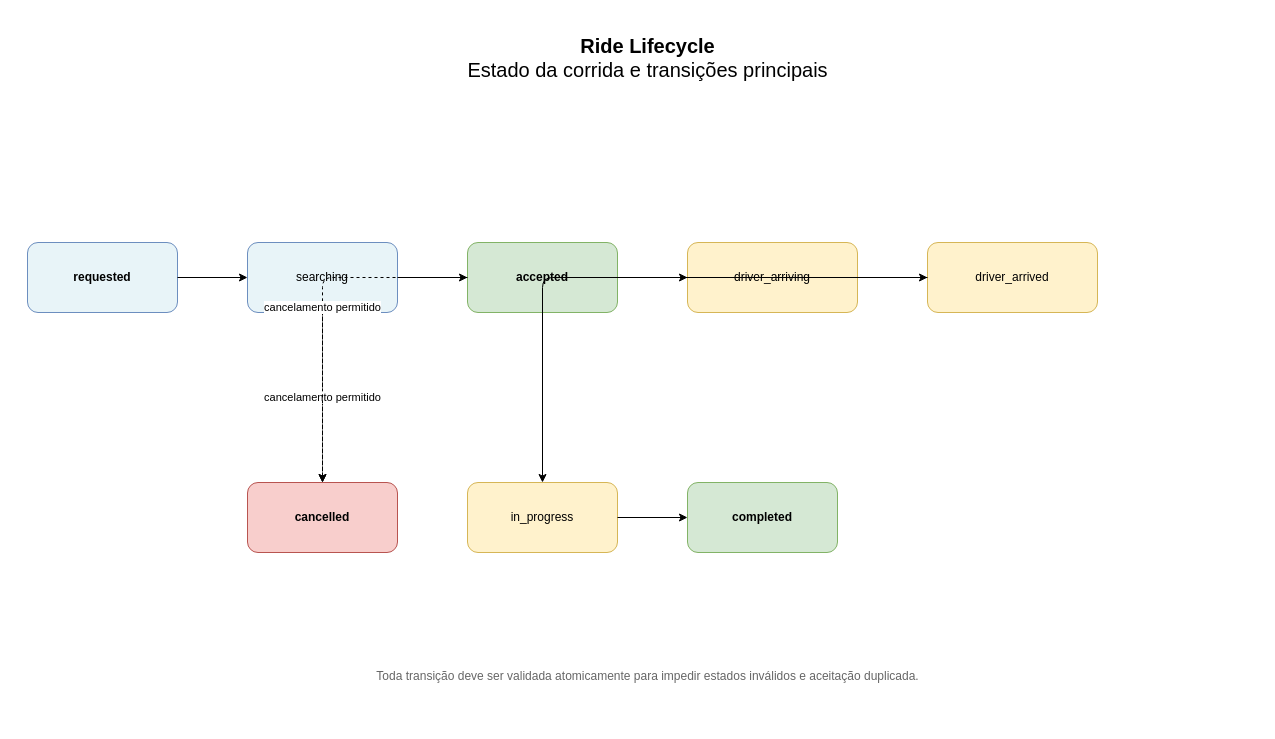
guilhermelinosp/fast-drawio keeps this draw.io diagram as page "Ride Lifecycle" (3 of 4) of fast.drawio. Above is the earlier version. Source tidied: cells renumbered, new cells numbered last; positions are measured from the earlier drawing's top-left corner, leaving out a move shared by most shapes. Both pictures are drawn from the tidied source at 100%, with x=0, y=0 at pixel (27, 22).
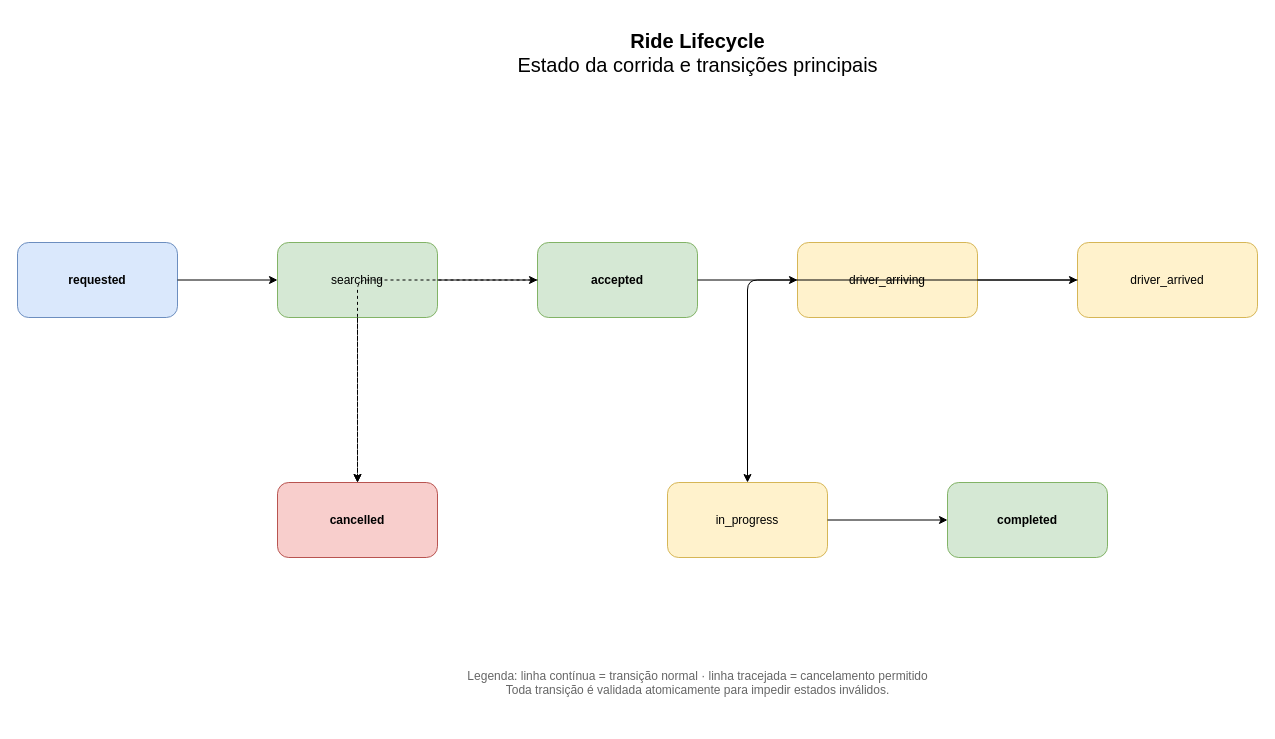
After the change.

The edit, as a diff of the source:
```diff
@@
 <mxGraphModel>
   <root>
     <mxCell id="0" />
     <mxCell id="1" parent="0" />
     <mxCell id="2" value="&lt;b&gt;Ride Lifecycle&lt;/b&gt;&lt;br&gt;Estado da corrida e transições principais" style="text;html=1;align=center;verticalAlign=middle;fontSize=20;" parent="1" vertex="1">
-      <mxGeometry x="400" width="440" height="70" as="geometry" />
+      <mxGeometry x="420" y="-5" width="500" height="70" as="geometry" />
     </mxCell>
-    <mxCell id="3" value="requested" style="rounded=1;whiteSpace=wrap;html=1;fillColor=#e8f4f8;strokeColor=#6c8ebf;fontStyle=1;" parent="1" vertex="1">
-      <mxGeometry y="220" width="150" height="70" as="geometry" />
+    <mxCell id="3" value="requested" style="rounded=1;whiteSpace=wrap;html=1;fillColor=#DAE8FC;strokeColor=#6C8EBF;fontStyle=1;" parent="1" vertex="1">
+      <mxGeometry x="-10" y="220" width="160" height="75" as="geometry" />
     </mxCell>
-    <mxCell id="4" value="searching" style="rounded=1;whiteSpace=wrap;html=1;fillColor=#e8f4f8;strokeColor=#6c8ebf;" parent="1" vertex="1">
-      <mxGeometry x="220" y="220" width="150" height="70" as="geometry" />
+    <mxCell id="4" value="searching" style="rounded=1;whiteSpace=wrap;html=1;fillColor=#D5E8D4;strokeColor=#82B366;" parent="1" vertex="1">
+      <mxGeometry x="250" y="220" width="160" height="75" as="geometry" />
     </mxCell>
-    <mxCell id="5" value="accepted" style="rounded=1;whiteSpace=wrap;html=1;fillColor=#d5e8d4;strokeColor=#82b366;fontStyle=1;" parent="1" vertex="1">
-      <mxGeometry x="440" y="220" width="150" height="70" as="geometry" />
+    <mxCell id="5" value="accepted" style="rounded=1;whiteSpace=wrap;html=1;fillColor=#D5E8D4;strokeColor=#82B366;fontStyle=1;" parent="1" vertex="1">
+      <mxGeometry x="510" y="220" width="160" height="75" as="geometry" />
     </mxCell>
-    <mxCell id="6" value="driver_arriving" style="rounded=1;whiteSpace=wrap;html=1;fillColor=#fff2cc;strokeColor=#d6b656;" parent="1" vertex="1">
-      <mxGeometry x="660" y="220" width="170" height="70" as="geometry" />
+    <mxCell id="6" value="driver_arriving" style="rounded=1;whiteSpace=wrap;html=1;fillColor=#FFF2CC;strokeColor=#D6B656;" parent="1" vertex="1">
+      <mxGeometry x="770" y="220" width="180" height="75" as="geometry" />
     </mxCell>
-    <mxCell id="7" value="driver_arrived" style="rounded=1;whiteSpace=wrap;html=1;fillColor=#fff2cc;strokeColor=#d6b656;" parent="1" vertex="1">
-      <mxGeometry x="900" y="220" width="170" height="70" as="geometry" />
+    <mxCell id="7" value="driver_arrived" style="rounded=1;whiteSpace=wrap;html=1;fillColor=#FFF2CC;strokeColor=#D6B656;" parent="1" vertex="1">
+      <mxGeometry x="1050" y="220" width="180" height="75" as="geometry" />
     </mxCell>
+    <mxCell id="10" value="cancelled" style="rounded=1;whiteSpace=wrap;html=1;fillColor=#F8CECC;strokeColor=#B85450;fontStyle=1;" parent="1" vertex="1">
+      <mxGeometry x="250" y="460" width="160" height="75" as="geometry" />
+    </mxCell>
-    <mxCell id="8" value="in_progress" style="rounded=1;whiteSpace=wrap;html=1;fillColor=#fff2cc;strokeColor=#d6b656;" parent="1" vertex="1">
-      <mxGeometry x="440" y="460" width="150" height="70" as="geometry" />
+    <mxCell id="8" value="in_progress" style="rounded=1;whiteSpace=wrap;html=1;fillColor=#FFF2CC;strokeColor=#D6B656;" parent="1" vertex="1">
+      <mxGeometry x="640" y="460" width="160" height="75" as="geometry" />
     </mxCell>
-    <mxCell id="9" value="completed" style="rounded=1;whiteSpace=wrap;html=1;fillColor=#d5e8d4;strokeColor=#82b366;fontStyle=1;" parent="1" vertex="1">
-      <mxGeometry x="660" y="460" width="150" height="70" as="geometry" />
+    <mxCell id="9" value="completed" style="rounded=1;whiteSpace=wrap;html=1;fillColor=#D5E8D4;strokeColor=#82B366;fontStyle=1;" parent="1" vertex="1">
+      <mxGeometry x="920" y="460" width="160" height="75" as="geometry" />
     </mxCell>
-    <mxCell id="10" value="cancelled" style="rounded=1;whiteSpace=wrap;html=1;fillColor=#f8cecc;strokeColor=#b85450;fontStyle=1;" parent="1" vertex="1">
-      <mxGeometry x="220" y="460" width="150" height="70" as="geometry" />
-    </mxCell>
+    <mxCell id="20" value="Legenda: linha contínua = transição normal · linha tracejada = cancelamento permitido&lt;br&gt;Toda transição é validada atomicamente para impedir estados inválidos." style="text;html=1;align=center;fontColor=#666666;" parent="1" vertex="1">
+      <mxGeometry x="310" y="640" width="720" height="60" as="geometry" />
+    </mxCell>
     <mxCell id="11" style="edgeStyle=orthogonalEdgeStyle;rounded=1;html=1;endArrow=classic;" parent="1" edge="1" source="3" target="4">
       <mxGeometry relative="1" as="geometry" />
     </mxCell>
     <mxCell id="12" style="edgeStyle=orthogonalEdgeStyle;rounded=1;html=1;endArrow=classic;" parent="1" edge="1" source="4" target="5">
       <mxGeometry relative="1" as="geometry" />
     </mxCell>
     <mxCell id="13" style="edgeStyle=orthogonalEdgeStyle;rounded=1;html=1;endArrow=classic;" parent="1" edge="1" source="5" target="6">
       <mxGeometry relative="1" as="geometry" />
     </mxCell>
     <mxCell id="14" style="edgeStyle=orthogonalEdgeStyle;rounded=1;html=1;endArrow=classic;" parent="1" edge="1" source="6" target="7">
       <mxGeometry relative="1" as="geometry" />
     </mxCell>
     <mxCell id="15" style="edgeStyle=orthogonalEdgeStyle;rounded=1;html=1;endArrow=classic;" parent="1" edge="1" source="7" target="8">
       <mxGeometry relative="1" as="geometry" />
     </mxCell>
     <mxCell id="16" style="edgeStyle=orthogonalEdgeStyle;rounded=1;html=1;endArrow=classic;" parent="1" edge="1" source="8" target="9">
       <mxGeometry relative="1" as="geometry" />
     </mxCell>
-    <mxCell id="17" value="cancelamento permitido" style="edgeStyle=orthogonalEdgeStyle;rounded=1;html=1;endArrow=classic;dashed=1;" parent="1" edge="1" source="4" target="10">
+    <mxCell id="17" style="edgeStyle=orthogonalEdgeStyle;rounded=1;html=1;endArrow=classic;dashed=1;" parent="1" edge="1" source="4" target="10">
       <mxGeometry relative="1" as="geometry" />
     </mxCell>
-    <mxCell id="18" value="cancelamento permitido" style="edgeStyle=orthogonalEdgeStyle;rounded=1;html=1;endArrow=classic;dashed=1;" parent="1" edge="1" source="5" target="10">
+    <mxCell id="18" style="edgeStyle=orthogonalEdgeStyle;rounded=1;html=1;endArrow=classic;dashed=1;" parent="1" edge="1" source="5" target="10">
       <mxGeometry relative="1" as="geometry" />
     </mxCell>
-    <mxCell id="19" value="Toda transição deve ser validada atomicamente para impedir estados inválidos e aceitação duplicada." style="text;html=1;align=center;fontColor=#666666;" parent="1" vertex="1">
-      <mxGeometry x="280" y="640" width="680" height="40" as="geometry" />
-    </mxCell>
   </root>
 </mxGraphModel>
```
